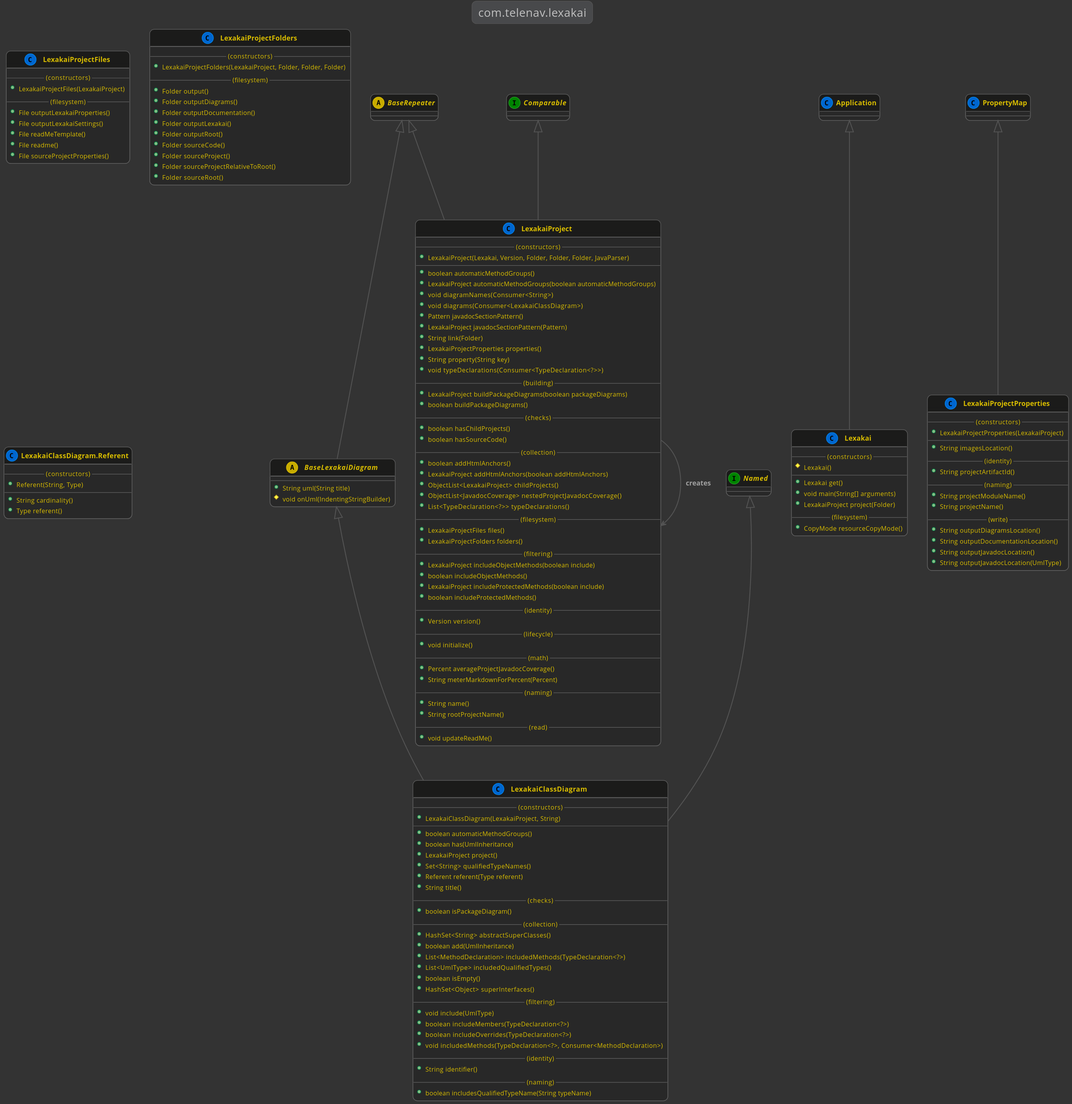
Before: docs/lexakai/lexakai/documentation/diagrams/com.telenav.lexakai.svg, a diagram exported from PlantUML (Telenav/lexakai-assets).
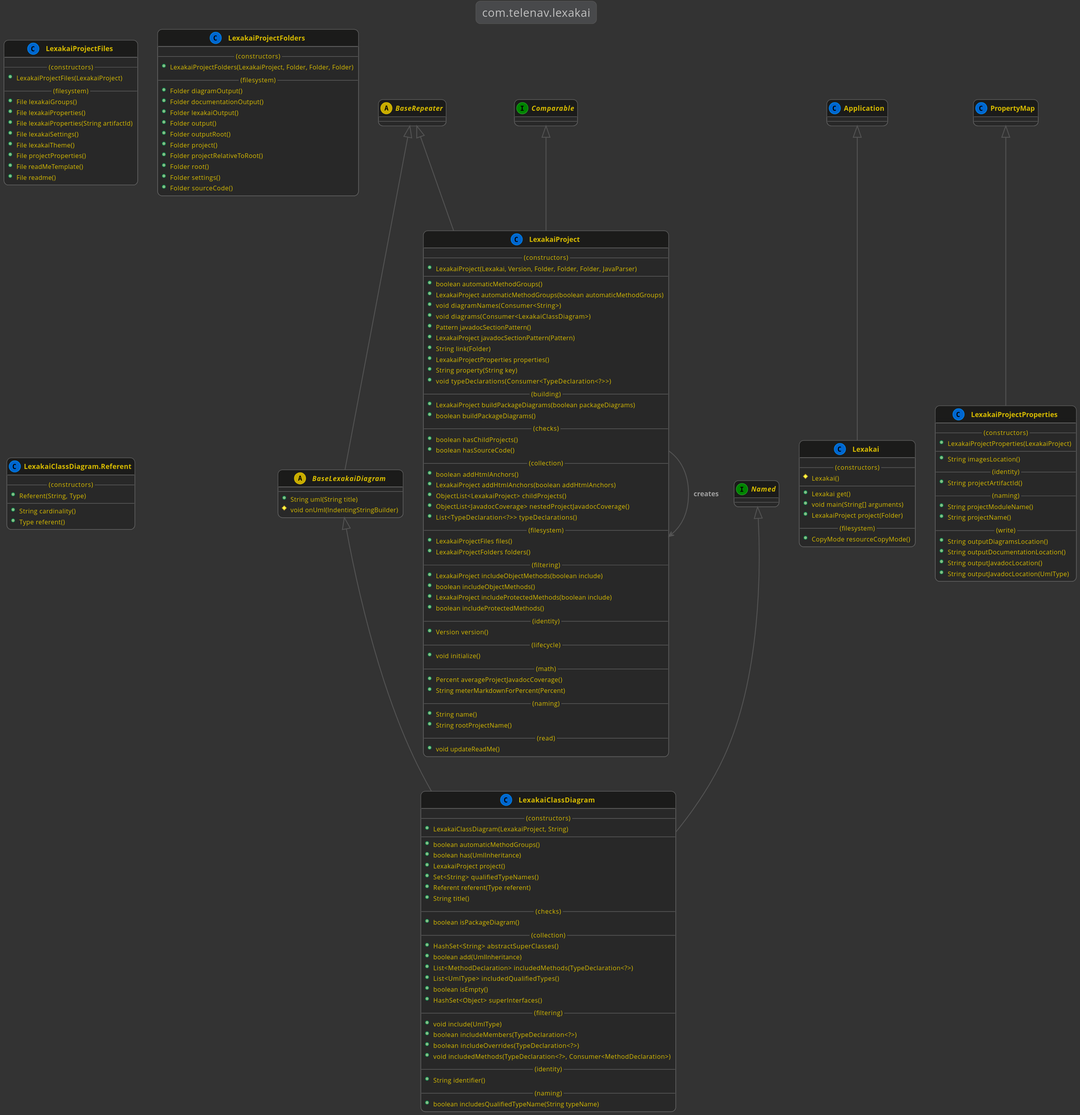
Above is the later version.

The edit, as a diff of the source:
```diff
@@ -1,6 +1,6 @@
 @startuml
 
-    !include ../lexakai/lexakai.theme
+    !include lexakai.theme
 
     title "com.telenav.lexakai"
 
@@ -121,11 +121,14 @@
         --(constructors)--
         +LexakaiProjectFiles(LexakaiProject)
         --(filesystem)--
-        +File outputLexakaiProperties()
-        +File outputLexakaiSettings()
+        +File lexakaiGroups()
+        +File lexakaiProperties()
+        +File lexakaiProperties(String artifactId)
+        +File lexakaiSettings()
+        +File lexakaiTheme()
+        +File projectProperties()
         +File readMeTemplate()
         +File readme()
-        +File sourceProjectProperties()
     }
 
     class LexakaiProjectFolders
@@ -133,15 +136,16 @@
         --(constructors)--
         +LexakaiProjectFolders(LexakaiProject, Folder, Folder, Folder)
         --(filesystem)--
+        +Folder diagramOutput()
+        +Folder documentationOutput()
+        +Folder lexakaiOutput()
         +Folder output()
-        +Folder outputDiagrams()
-        +Folder outputDocumentation()
-        +Folder outputLexakai()
         +Folder outputRoot()
+        +Folder project()
+        +Folder projectRelativeToRoot()
+        +Folder root()
+        +Folder settings()
         +Folder sourceCode()
-        +Folder sourceProject()
-        +Folder sourceProjectRelativeToRoot()
-        +Folder sourceRoot()
     }
 
     PropertyMap <|-- LexakaiProjectProperties
```
